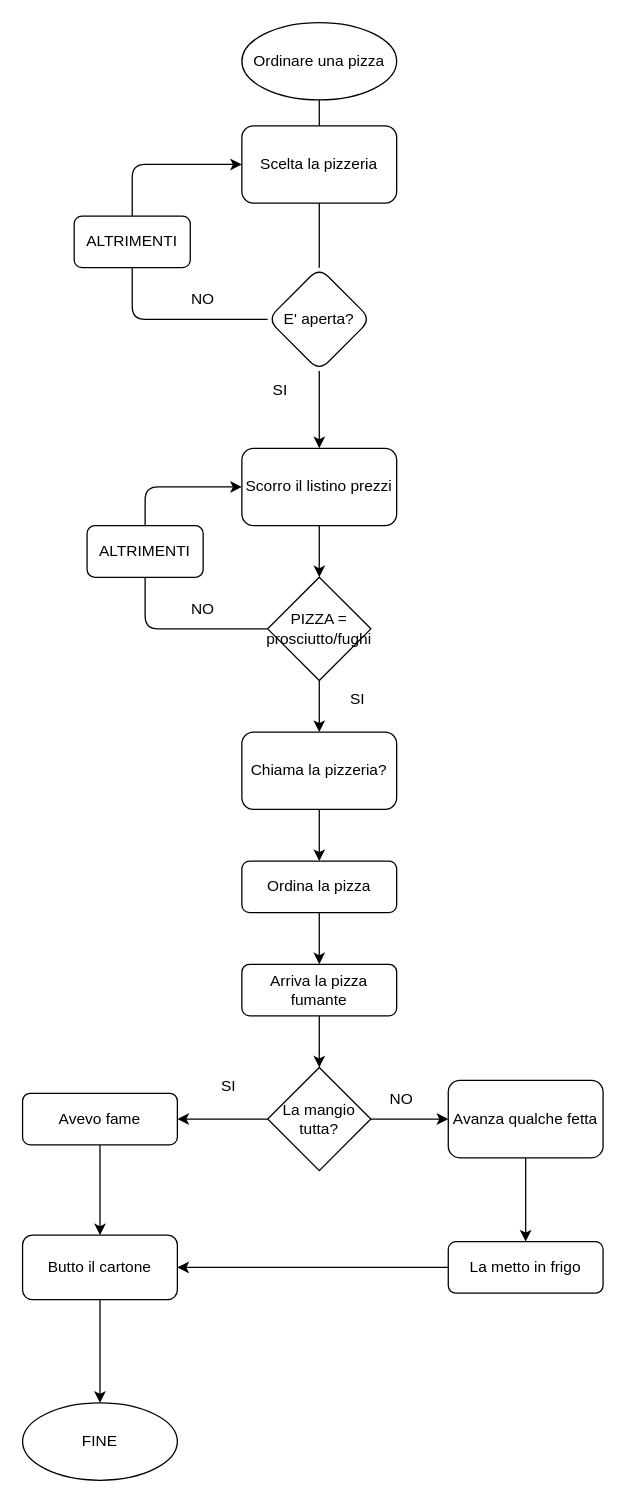
Before: layout.drawio in MCigno94/human-code, a draw.io diagram. Source tidied: cells renumbered, new cells numbered last; positions are measured from the earlier drawing's top-left corner, leaving out a move shared by most shapes. Both pictures are drawn from the tidied source at 129%, with x=0, y=0 at pixel (22, 22).
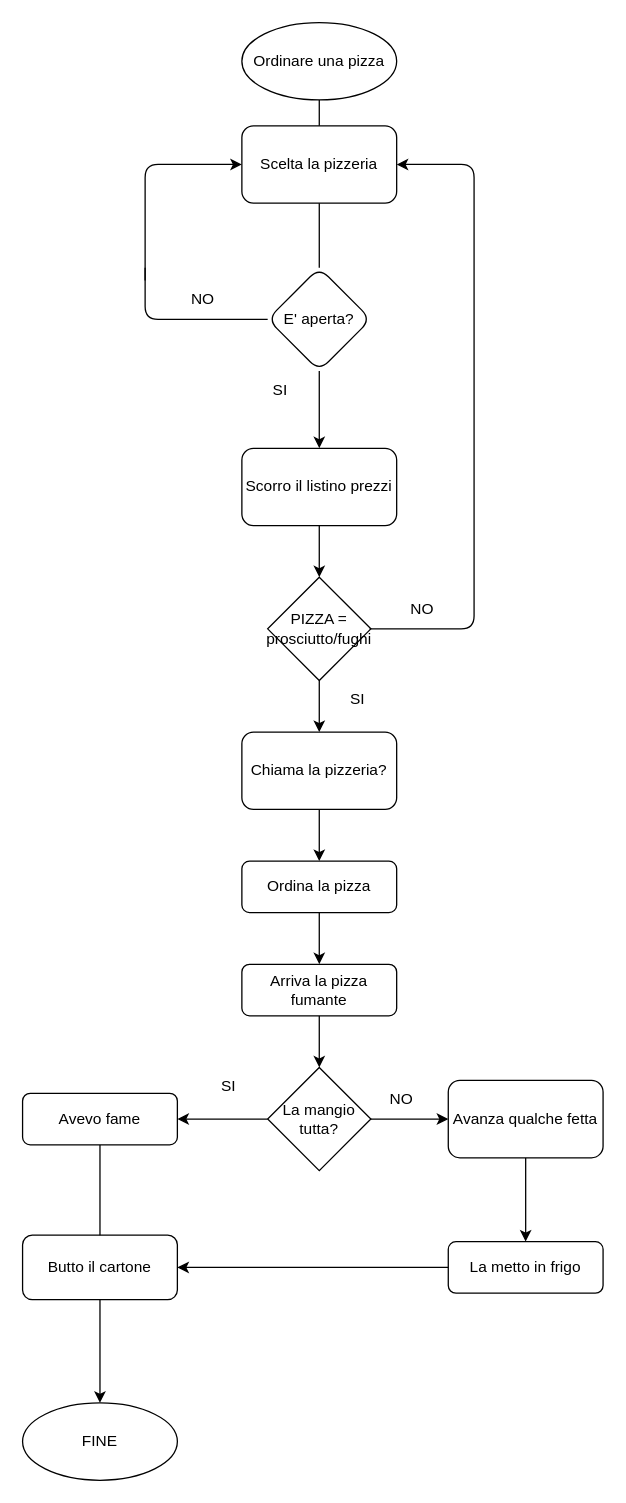
Above is the later version.

The change refers to these unchanged cells:
```xml
<mxCell id="5" value="Scorro il listino prezzi" style="rounded=1;whiteSpace=wrap;html=1;" parent="1" vertex="1">
  <mxGeometry x="170" y="330" width="120" height="60" as="geometry" />
</mxCell>
<mxCell id="17" value="Scelta la pizzeria" style="rounded=1;whiteSpace=wrap;html=1;" parent="1" vertex="1">
  <mxGeometry x="170" y="80" width="120" height="60" as="geometry" />
</mxCell>
<mxCell id="19" value="E' aperta?" style="rhombus;whiteSpace=wrap;html=1;rounded=1;" parent="1" vertex="1">
  <mxGeometry x="190" y="190" width="80" height="80" as="geometry" />
</mxCell>
<mxCell id="33" value="Avevo fame" style="rounded=1;whiteSpace=wrap;html=1;" parent="1" vertex="1">
  <mxGeometry y="830" width="120" height="40" as="geometry" />
</mxCell>
<mxCell id="38" value="FINE" style="ellipse;whiteSpace=wrap;html=1;rounded=1;" parent="1" vertex="1">
  <mxGeometry y="1070" width="120" height="60" as="geometry" />
</mxCell>
<mxCell id="40" value="Butto il cartone" style="rounded=1;whiteSpace=wrap;html=1;" parent="1" vertex="1">
  <mxGeometry y="940" width="120" height="50" as="geometry" />
</mxCell>
```

The edit, as a diff of the source:
```diff
@@
-    <mxCell id="9" style="endArrow=none;html=1;exitX=0.5;exitY=1;exitDx=0;exitDy=0;" parent="1" edge="1" source="13">
-      <mxGeometry relative="1" as="geometry">
-        <mxPoint x="190" y="470" as="targetPoint" />
-        <Array as="points">
-          <mxPoint x="95" y="470" />
-        </Array>
-      </mxGeometry>
-    </mxCell>
-    <mxCell id="10" value="NO" style="text;html=1;strokeColor=none;fillColor=none;align=center;verticalAlign=middle;whiteSpace=wrap;rounded=0;" parent="1" vertex="1">
-      <mxGeometry x="110" y="440" width="60" height="30" as="geometry" />
-    </mxCell>
-    <mxCell id="11" style="endArrow=classic;html=1;entryX=0;entryY=0.5;entryDx=0;entryDy=0;exitX=0.5;exitY=0;exitDx=0;exitDy=0;" parent="1" edge="1" source="13" target="5">
-      <mxGeometry relative="1" as="geometry">
-        <Array as="points">
-          <mxPoint x="95" y="360" />
-        </Array>
-      </mxGeometry>
-    </mxCell>
@@
-    <mxCell id="13" value="ALTRIMENTI" style="rounded=1;whiteSpace=wrap;html=1;" parent="1" vertex="1">
-      <mxGeometry x="50" y="390" width="90" height="40" as="geometry" />
-    </mxCell>
@@
-    <mxCell id="22" style="endArrow=classic;html=1;startArrow=none;exitX=0.5;exitY=0;exitDx=0;exitDy=0;" parent="1" edge="1" source="24">
+    <mxCell id="22" style="endArrow=classic;html=1;startArrow=none;" parent="1" edge="1">
       <mxGeometry relative="1" as="geometry">
+        <mxPoint x="95" y="200" as="sourcePoint" />
         <mxPoint x="170" y="110" as="targetPoint" />
         <Array as="points">
-          <mxPoint x="85" y="110" />
+          <mxPoint x="95" y="110" />
         </Array>
       </mxGeometry>
     </mxCell>
@@
-    <mxCell id="24" value="ALTRIMENTI" style="rounded=1;whiteSpace=wrap;html=1;" parent="1" vertex="1">
-      <mxGeometry x="40" y="150" width="90" height="40" as="geometry" />
-    </mxCell>
-    <mxCell id="25" style="endArrow=none;html=1;exitX=0;exitY=0.5;exitDx=0;exitDy=0;entryX=0.5;entryY=1;entryDx=0;entryDy=0;" parent="1" edge="1" source="19" target="24">
+    <mxCell id="25" style="endArrow=none;html=1;exitX=0;exitY=0.5;exitDx=0;exitDy=0;" parent="1" edge="1" source="19">
       <mxGeometry relative="1" as="geometry">
+        <mxPoint x="95" y="190" as="targetPoint" />
         <Array as="points">
-          <mxPoint x="85" y="230" />
+          <mxPoint x="95" y="230" />
         </Array>
       </mxGeometry>
     </mxCell>
@@
-    <mxCell id="32" style="edgeStyle=none;html=1;entryX=0.5;entryY=0;entryDx=0;entryDy=0;" parent="1" edge="1" source="33" target="40">
+    <mxCell id="32" style="edgeStyle=none;html=1;" parent="1" edge="1" source="33" target="38">
       <mxGeometry relative="1" as="geometry" />
     </mxCell>
@@
-    <mxCell id="39" style="edgeStyle=none;html=1;" parent="1" edge="1" source="40" target="38">
-      <mxGeometry relative="1" as="geometry" />
-    </mxCell>
@@
+    <mxCell id="39" value="NO" style="text;html=1;strokeColor=none;fillColor=none;align=center;verticalAlign=middle;whiteSpace=wrap;rounded=0;" parent="1" vertex="1">
+      <mxGeometry x="280" y="440" width="60" height="30" as="geometry" />
+    </mxCell>
+    <mxCell id="43" style="endArrow=classic;html=1;entryX=1;entryY=0.5;entryDx=0;entryDy=0;" parent="1" edge="1" target="17">
+      <mxGeometry relative="1" as="geometry">
+        <mxPoint x="269" y="470" as="sourcePoint" />
+        <Array as="points">
+          <mxPoint x="350" y="470" />
+          <mxPoint x="350" y="290" />
+          <mxPoint x="350" y="190" />
+          <mxPoint x="350" y="110" />
+        </Array>
+      </mxGeometry>
+    </mxCell>
```
